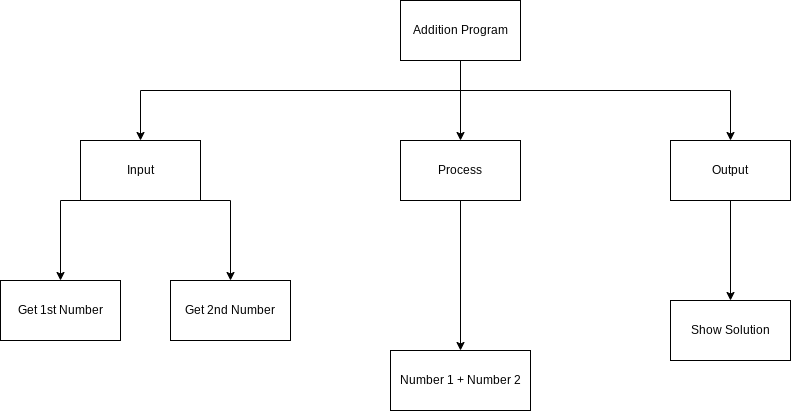
Earlier version of the draw.io export design.png (Ethan-Prieur1/ICS3U-Unit3-01-Python). Source tidied: cells renumbered, new cells last; positions are measured from the earlier drawing's top-left corner, leaving out a move shared by most shapes.
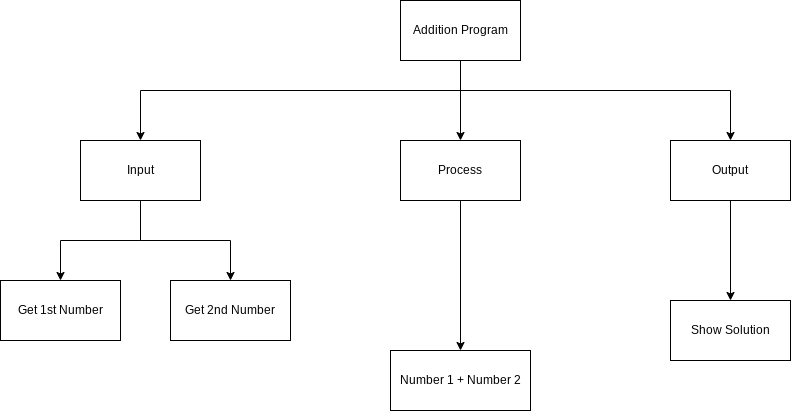
The same file after the commit.

Diff of the diagram source:
```diff
@@ -29,14 +29,16 @@
     <mxCell id="6" style="edgeStyle=none;html=1;exitX=0.5;exitY=1;exitDx=0;exitDy=0;entryX=0.5;entryY=0;entryDx=0;entryDy=0;rounded=0;" parent="1" edge="1" source="8" target="13">
       <mxGeometry relative="1" as="geometry">
         <Array as="points">
-          <mxPoint x="60" y="200" />
+          <mxPoint x="140" y="240" />
+          <mxPoint x="60" y="240" />
         </Array>
       </mxGeometry>
     </mxCell>
-    <mxCell id="7" style="edgeStyle=none;html=1;exitX=1;exitY=1;exitDx=0;exitDy=0;entryX=0.5;entryY=0;entryDx=0;entryDy=0;rounded=0;" parent="1" edge="1" source="8" target="15">
+    <mxCell id="7" style="edgeStyle=none;html=1;exitX=0.5;exitY=1;exitDx=0;exitDy=0;entryX=0.5;entryY=0;entryDx=0;entryDy=0;rounded=0;" parent="1" edge="1" source="8" target="15">
       <mxGeometry relative="1" as="geometry">
         <Array as="points">
-          <mxPoint x="230" y="200" />
+          <mxPoint x="140" y="240" />
+          <mxPoint x="230" y="240" />
         </Array>
       </mxGeometry>
     </mxCell>
```
